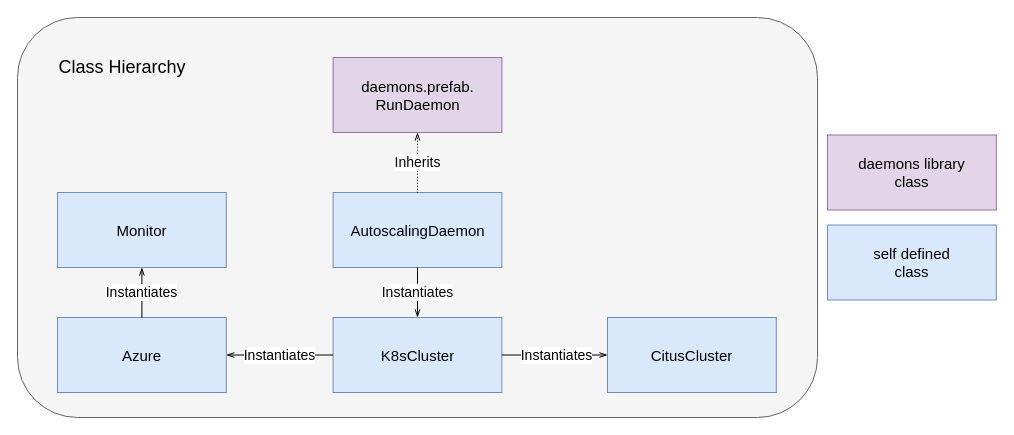
This is diagrams/Class hierarchy.drawio from JimTsesm/MobilityDB-Azure, a draw.io file, before an edit. Source tidied: cells renumbered, new cells numbered last; positions are measured from the earlier drawing's top-left corner, leaving out a move shared by most shapes. Both pictures are drawn from the tidied source at 100%, with x=0, y=0 at pixel (17, 17).
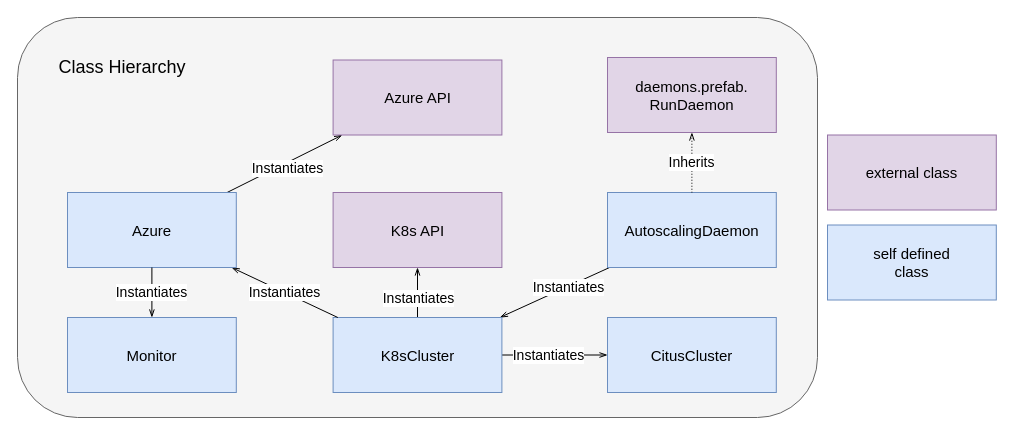
The same diagram, later.

The change refers to these unchanged cells:
```xml
<mxCell id="5" value="&lt;font style=&quot;font-size: 15px&quot;&gt;K8sCluster&lt;/font&gt;" style="rounded=0;whiteSpace=wrap;html=1;fillColor=#dae8fc;strokeColor=#6c8ebf;" parent="1" vertex="1">
  <mxGeometry x="315.6" y="300" width="168.8" height="75" as="geometry" />
</mxCell>
<mxCell id="10" value="&lt;font style=&quot;font-size: 15px&quot;&gt;CitusCluster&lt;/font&gt;" style="rounded=0;whiteSpace=wrap;html=1;fillColor=#dae8fc;strokeColor=#6c8ebf;" parent="1" vertex="1">
  <mxGeometry x="590" y="300" width="168.8" height="75" as="geometry" />
</mxCell>
```

The edit, as a diff of the source:
```diff
@@
+    <mxCell id="18" style="edgeStyle=none;rounded=0;jettySize=auto;html=1;endArrow=openThin;endFill=0;" parent="1" edge="1" source="3" target="5">
+      <mxGeometry relative="1" as="geometry" />
+    </mxCell>
+    <mxCell id="19" value="&lt;span style=&quot;font-size: 14px&quot;&gt;Instantiates&lt;/span&gt;" style="edgeLabel;html=1;align=center;verticalAlign=middle;" parent="18" vertex="1">
+      <mxGeometry x="0.31" relative="1" as="geometry">
+        <mxPoint x="30" y="-13" as="offset" />
+      </mxGeometry>
+    </mxCell>
     <mxCell id="3" value="&lt;font style=&quot;font-size: 15px&quot;&gt;AutoscalingDaemon&lt;/font&gt;" style="rounded=0;whiteSpace=wrap;html=1;fillColor=#dae8fc;strokeColor=#6c8ebf;" parent="1" vertex="1">
-      <mxGeometry x="315.6" y="175" width="168.8" height="75" as="geometry" />
+      <mxGeometry x="590" y="175" width="168.8" height="75" as="geometry" />
     </mxCell>
-    <mxCell id="4" value="&lt;font style=&quot;font-size: 14px&quot;&gt;Instantiates&lt;/font&gt;" style="edgeStyle=orthogonalEdgeStyle;rounded=0;jettySize=auto;html=1;startArrow=openThin;startFill=0;endArrow=none;endFill=0;" parent="1" edge="1" source="5" target="3">
-      <mxGeometry relative="1" as="geometry" />
-    </mxCell>
+    <mxCell id="20" style="edgeStyle=none;rounded=0;jettySize=auto;html=1;endArrow=openThin;endFill=0;" parent="1" edge="1" source="5" target="10">
+      <mxGeometry relative="1" as="geometry" />
+    </mxCell>
+    <mxCell id="21" value="&lt;span style=&quot;font-size: 14px&quot;&gt;Instantiates&lt;/span&gt;" style="edgeLabel;html=1;align=center;verticalAlign=middle;" parent="20" vertex="1">
+      <mxGeometry x="-0.4" relative="1" as="geometry">
+        <mxPoint x="14" as="offset" />
+      </mxGeometry>
+    </mxCell>
+    <mxCell id="22" style="edgeStyle=none;rounded=0;jettySize=auto;html=1;endArrow=openThin;endFill=0;" parent="1" edge="1" source="5" target="26">
+      <mxGeometry relative="1" as="geometry" />
+    </mxCell>
+    <mxCell id="23" value="&lt;span style=&quot;font-size: 14px&quot;&gt;Instantiates&lt;/span&gt;" style="edgeLabel;html=1;align=center;verticalAlign=middle;" parent="22" vertex="1">
+      <mxGeometry x="-0.35" y="-2" relative="1" as="geometry">
+        <mxPoint x="-2" y="-4" as="offset" />
+      </mxGeometry>
+    </mxCell>
@@
-    <mxCell id="6" value="&lt;font style=&quot;font-size: 14px&quot;&gt;Instantiates&lt;/font&gt;" style="edgeStyle=orthogonalEdgeStyle;rounded=0;jettySize=auto;html=1;startArrow=openThin;startFill=0;endArrow=none;endFill=0;" parent="1" edge="1" source="7" target="5">
+    <mxCell id="6" value="&lt;font style=&quot;font-size: 14px&quot;&gt;Instantiates&lt;/font&gt;" style="rounded=0;jettySize=auto;html=1;startArrow=openThin;startFill=0;endArrow=none;endFill=0;" parent="1" edge="1" source="7" target="5">
       <mxGeometry relative="1" as="geometry" />
     </mxCell>
+    <mxCell id="24" style="edgeStyle=none;rounded=0;jettySize=auto;html=1;endArrow=openThin;endFill=0;" parent="1" edge="1" source="7" target="27">
+      <mxGeometry relative="1" as="geometry" />
+    </mxCell>
+    <mxCell id="25" value="&lt;span style=&quot;font-size: 14px&quot;&gt;Instantiates&lt;/span&gt;" style="edgeLabel;html=1;align=center;verticalAlign=middle;" parent="24" vertex="1">
+      <mxGeometry x="0.32" relative="1" as="geometry">
+        <mxPoint x="-16" y="13" as="offset" />
+      </mxGeometry>
+    </mxCell>
     <mxCell id="7" value="&lt;font style=&quot;font-size: 15px&quot;&gt;Azure&lt;/font&gt;" style="rounded=0;whiteSpace=wrap;html=1;fillColor=#dae8fc;strokeColor=#6c8ebf;" parent="1" vertex="1">
-      <mxGeometry x="40" y="300" width="168.8" height="75" as="geometry" />
+      <mxGeometry x="50" y="175" width="168.8" height="75" as="geometry" />
     </mxCell>
-    <mxCell id="8" style="edgeStyle=orthogonalEdgeStyle;rounded=0;jettySize=auto;html=1;startArrow=openThin;startFill=0;endArrow=none;endFill=0;" parent="1" edge="1" source="10" target="5">
-      <mxGeometry relative="1" as="geometry" />
-    </mxCell>
-    <mxCell id="9" value="&lt;font style=&quot;font-size: 14px&quot;&gt;Instantiates&lt;/font&gt;" style="edgeLabel;html=1;align=center;verticalAlign=middle;" parent="8" vertex="1">
-      <mxGeometry x="0.32" relative="1" as="geometry">
-        <mxPoint x="18.6" as="offset" />
-      </mxGeometry>
-    </mxCell>
@@
     <mxCell id="12" value="&lt;div style=&quot;font-size: 15px&quot;&gt;&lt;font style=&quot;font-size: 15px&quot;&gt;daemons.prefab.&lt;/font&gt;&lt;/div&gt;&lt;div style=&quot;font-size: 15px&quot;&gt;&lt;font style=&quot;font-size: 15px&quot;&gt;RunDaemon&lt;/font&gt;&lt;/div&gt;" style="rounded=0;whiteSpace=wrap;html=1;fillColor=#e1d5e7;strokeColor=#9673a6;" parent="1" vertex="1">
-      <mxGeometry x="315.6" y="40" width="168.8" height="75" as="geometry" />
+      <mxGeometry x="590" y="40" width="168.8" height="75" as="geometry" />
     </mxCell>
@@
-    <mxCell id="14" value="&lt;div style=&quot;font-size: 15px&quot;&gt;&lt;font style=&quot;font-size: 15px&quot;&gt;daemons library&lt;/font&gt;&lt;/div&gt;&lt;div style=&quot;font-size: 15px&quot;&gt;&lt;font style=&quot;font-size: 15px&quot;&gt;class&lt;br&gt;&lt;/font&gt;&lt;/div&gt;" style="rounded=0;whiteSpace=wrap;html=1;fillColor=#e1d5e7;strokeColor=#9673a6;" parent="1" vertex="1">
+    <mxCell id="14" value="&lt;div style=&quot;font-size: 15px&quot;&gt;external class&lt;/div&gt;" style="rounded=0;whiteSpace=wrap;html=1;fillColor=#e1d5e7;strokeColor=#9673a6;" parent="1" vertex="1">
       <mxGeometry x="810" y="117.5" width="168.8" height="75" as="geometry" />
     </mxCell>
@@
     <mxCell id="17" value="&lt;font style=&quot;font-size: 15px&quot;&gt;Monitor&lt;/font&gt;" style="rounded=0;whiteSpace=wrap;html=1;fillColor=#dae8fc;strokeColor=#6c8ebf;" parent="1" vertex="1">
-      <mxGeometry x="40" y="175" width="168.8" height="75" as="geometry" />
+      <mxGeometry x="50" y="300" width="168.8" height="75" as="geometry" />
     </mxCell>
+    <mxCell id="26" value="&lt;div style=&quot;font-size: 15px&quot;&gt;K8s API&lt;/div&gt;" style="rounded=0;whiteSpace=wrap;html=1;fillColor=#e1d5e7;strokeColor=#9673a6;" parent="1" vertex="1">
+      <mxGeometry x="315.6" y="175" width="168.8" height="75" as="geometry" />
+    </mxCell>
+    <mxCell id="27" value="&lt;div style=&quot;font-size: 15px&quot;&gt;Azure API&lt;/div&gt;" style="rounded=0;whiteSpace=wrap;html=1;fillColor=#e1d5e7;strokeColor=#9673a6;" parent="1" vertex="1">
+      <mxGeometry x="315.6" y="42.5" width="168.8" height="75" as="geometry" />
+    </mxCell>
```
